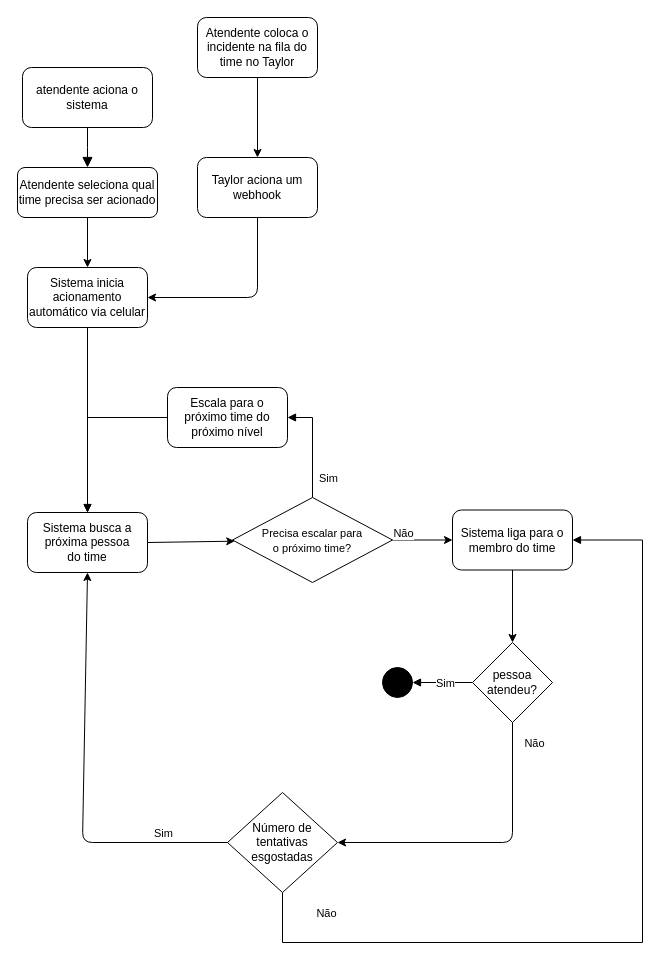
fsnader/escalation-system keeps this draw.io diagram as docs/fluxo_acionamento.drawio. Above is the earlier version. Source tidied: cells renumbered, new cells numbered last; positions are measured from the earlier drawing's top-left corner, leaving out a move shared by most shapes. Both pictures are drawn from the tidied source at 100%, with x=0, y=0 at pixel (17, 17).
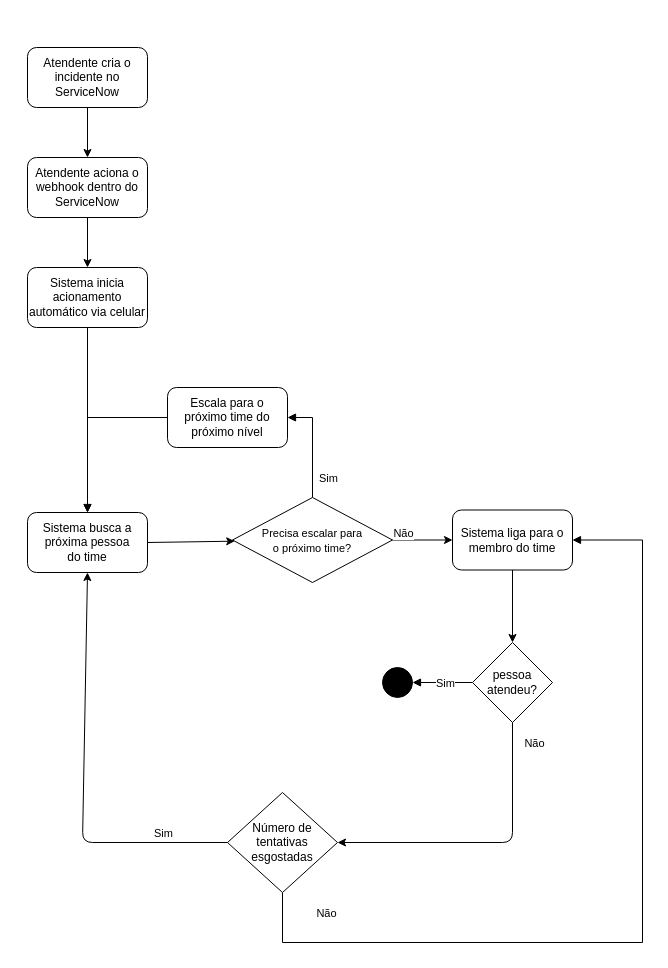
The same page after the edit.

Commit message (it also covers changes not shown here):
adicionado fluxo de acionamento

Unchanged cells that the change refers to:
```xml
<mxCell id="5" value="Sistema inicia acionamento automático via celular" style="rounded=1;whiteSpace=wrap;html=1;" parent="1" vertex="1">
  <mxGeometry x="10" y="250" width="120" height="60" as="geometry" />
</mxCell>
```

What changed in the source:
```diff
@@
-    <mxCell id="2" style="rounded=0;html=1;jettySize=auto;fontSize=11;endArrow=block;endFill=1;endSize=8;strokeWidth=1;shadow=0;labelBackgroundColor=none;edgeStyle=orthogonalEdgeStyle;" parent="1" edge="1" source="3">
-      <mxGeometry relative="1" as="geometry">
-        <mxPoint x="70" y="150" as="targetPoint" />
-      </mxGeometry>
-    </mxCell>
-    <mxCell id="3" value="atendente aciona o sistema" style="rounded=1;whiteSpace=wrap;html=1;fontSize=12;glass=0;strokeWidth=1;shadow=0;" parent="1" vertex="1">
-      <mxGeometry x="5" y="50" width="130" height="60" as="geometry" />
-    </mxCell>
-    <mxCell id="4" value="Atendente seleciona qual time precisa ser acionado" style="rounded=1;whiteSpace=wrap;html=1;fontSize=12;glass=0;strokeWidth=1;shadow=0;" parent="1" vertex="1">
-      <mxGeometry y="150" width="140" height="50" as="geometry" />
-    </mxCell>
@@
-    <mxCell id="6" style="endArrow=classic;html=1;exitX=0.5;exitY=1;exitDx=0;exitDy=0;entryX=0.5;entryY=0;entryDx=0;entryDy=0;" parent="1" edge="1" source="4" target="5">
-      <mxGeometry relative="1" as="geometry" />
-    </mxCell>
+    <mxCell id="8" style="edgeStyle=orthogonalEdgeStyle;rounded=0;jettySize=auto;html=1;entryX=0.5;entryY=0;entryDx=0;entryDy=0;" parent="1" edge="1" source="7" target="5">
+      <mxGeometry relative="1" as="geometry" />
+    </mxCell>
-    <mxCell id="7" value="Taylor aciona um webhook" style="rounded=1;whiteSpace=wrap;html=1;" parent="1" vertex="1">
-      <mxGeometry x="180" y="140" width="120" height="60" as="geometry" />
+    <mxCell id="7" value="Atendente aciona o webhook dentro do ServiceNow" style="rounded=1;whiteSpace=wrap;html=1;" parent="1" vertex="1">
+      <mxGeometry x="10" y="140" width="120" height="60" as="geometry" />
     </mxCell>
-    <mxCell id="8" style="endArrow=classic;html=1;exitX=0.5;exitY=1;exitDx=0;exitDy=0;entryX=1;entryY=0.5;entryDx=0;entryDy=0;" parent="1" edge="1" source="7" target="5">
-      <mxGeometry relative="1" as="geometry">
-        <Array as="points">
-          <mxPoint x="240" y="280" />
-        </Array>
-      </mxGeometry>
-    </mxCell>
@@
-    <mxCell id="19" value="Atendente coloca o incidente na fila do time no Taylor" style="rounded=1;whiteSpace=wrap;html=1;fillColor=#FFFFFF;" parent="1" vertex="1">
-      <mxGeometry x="180" width="120" height="60" as="geometry" />
+    <mxCell id="19" value="Atendente cria o incidente no ServiceNow" style="rounded=1;whiteSpace=wrap;html=1;fillColor=#FFFFFF;" parent="1" vertex="1">
+      <mxGeometry x="10" y="30" width="120" height="60" as="geometry" />
     </mxCell>
```
